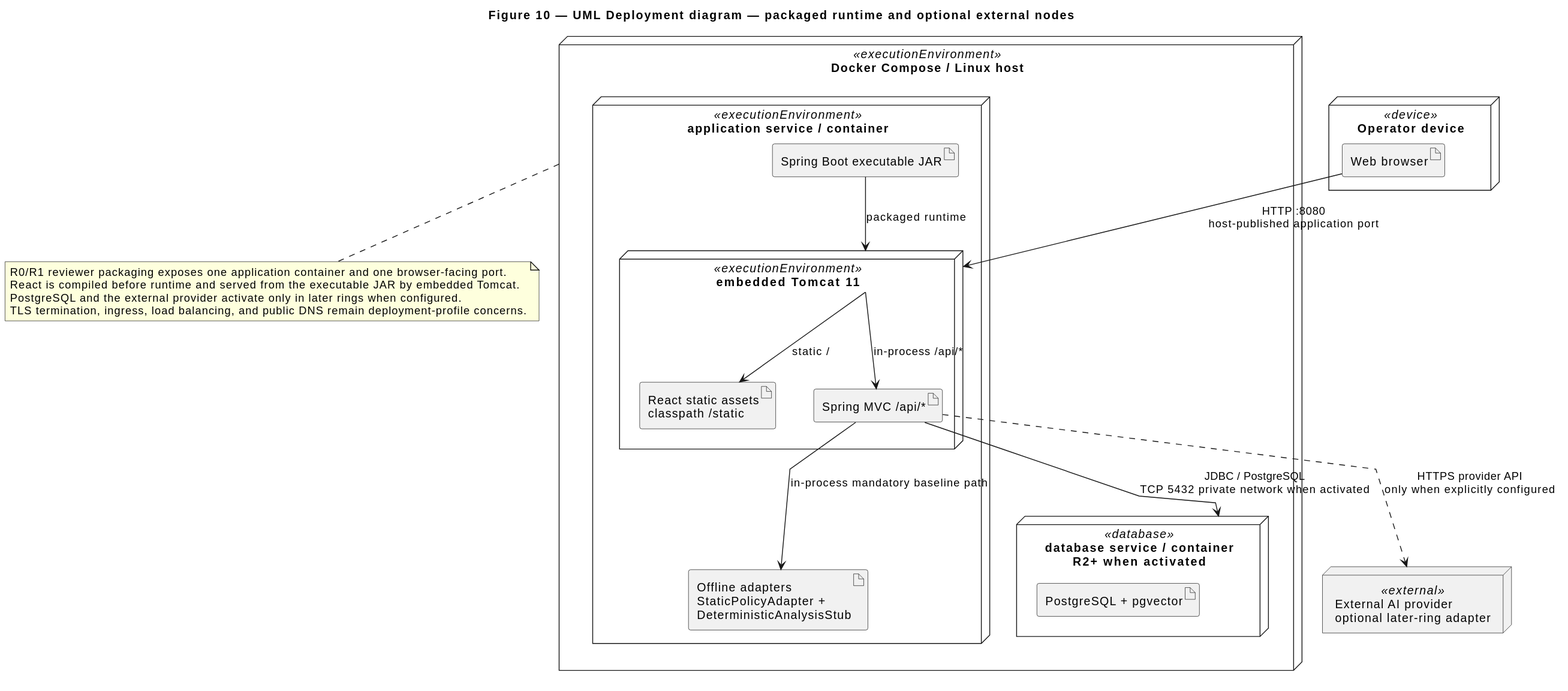
This is docs/assignment/SDD/diagrams/deployment-topology.svg from jdoe-dev-159753/specgraph-reference-app, a PlantUML export, as it was before one commit.
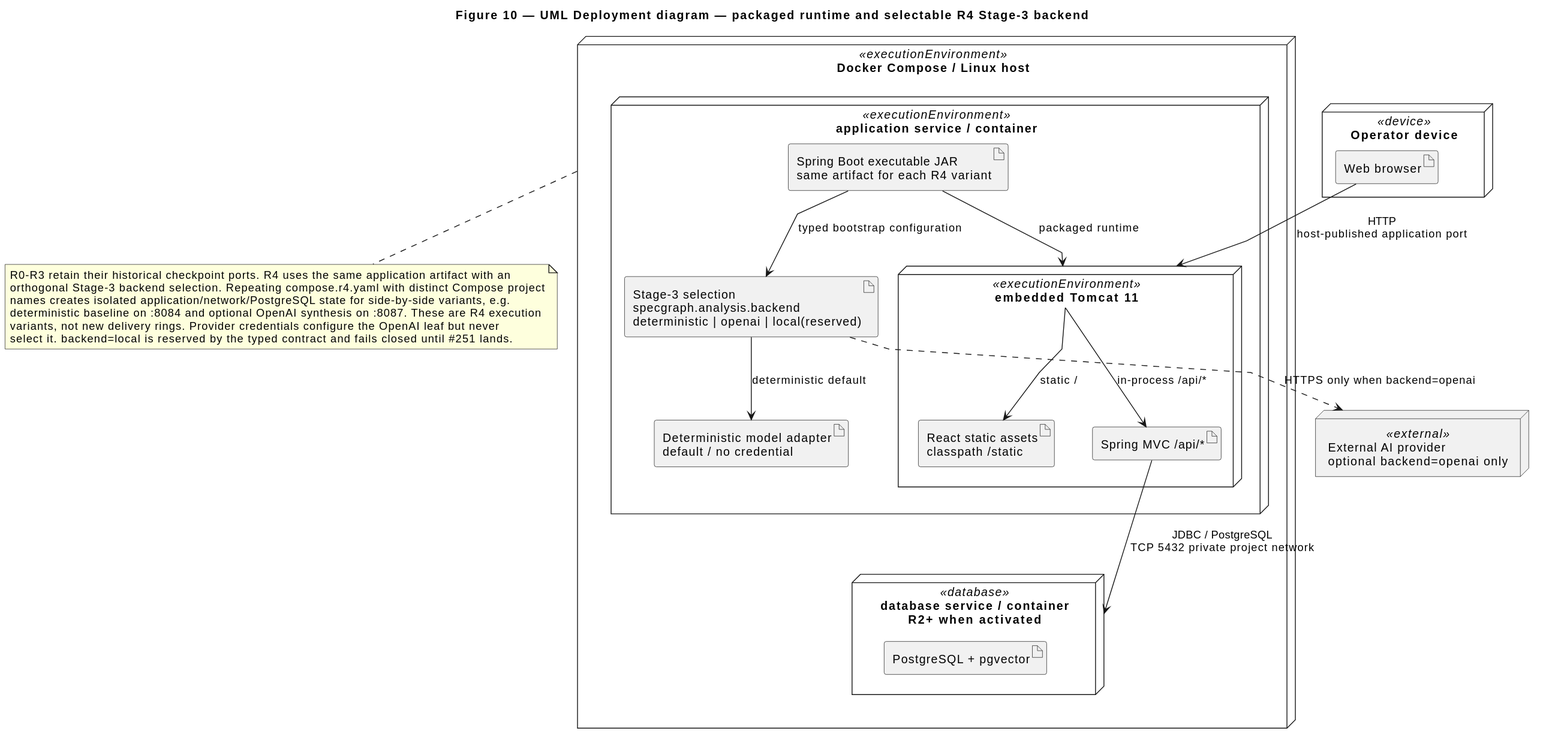
Later version of the same file.

Commit message:
docs: regenerate typed backend diagrams

Diff of the diagram source:
```diff
@@ -1,5 +1,5 @@
 @startuml
-title Figure 10 — UML Deployment diagram — packaged runtime and optional external nodes
+title Figure 10 — UML Deployment diagram — packaged runtime and selectable R4 Stage-3 backend
 top to bottom direction
 skinparam linetype polyline
 skinparam nodesep 45
@@ -15,8 +15,9 @@
       artifact "React static assets\nclasspath /static" as React
       artifact "Spring MVC /api/*" as Api
     }
-    artifact "Spring Boot executable JAR" as Jar
-    artifact "Offline adapters\nStaticPolicyAdapter +\nDeterministicAnalysisStub" as Offline
+    artifact "Spring Boot executable JAR\nsame artifact for each R4 variant" as Jar
+    artifact "Stage-3 selection\nspecgraph.analysis.backend\ndeterministic | openai | local(reserved)" as BackendSelection
+    artifact "Deterministic model adapter\ndefault / no credential" as Offline
   }
 
   node "database service / container\nR2+ when activated" as DB <<database>> {
@@ -24,20 +25,23 @@
   }
 }
 
-node "External AI provider\noptional later-ring adapter" as Provider <<external>>
+node "External AI provider\noptional backend=openai only" as Provider <<external>>
 
-Browser --> Tomcat : HTTP :8080\nhost-published application port
+Browser --> Tomcat : HTTP\nhost-published application port
 Tomcat --> React : static /
 Tomcat --> Api : in-process /api/*
 Jar --> Tomcat : packaged runtime
-Api --> DB : JDBC / PostgreSQL\nTCP 5432 private network when activated
-Api ..> Provider : HTTPS provider API\nonly when explicitly configured
-Api --> Offline : in-process mandatory baseline path
+Api --> DB : JDBC / PostgreSQL\nTCP 5432 private project network
+Jar --> BackendSelection : typed bootstrap configuration
+BackendSelection --> Offline : deterministic default
+BackendSelection ..> Provider : HTTPS only when backend=openai
 
 note bottom of Host
-  R0/R1 reviewer packaging exposes one application container and one browser-facing port.
-  React is compiled before runtime and served from the executable JAR by embedded Tomcat.
-  PostgreSQL and the external provider activate only in later rings when configured.
-  TLS termination, ingress, load balancing, and public DNS remain deployment-profile concerns.
+  R0-R3 retain their historical checkpoint ports. R4 uses the same application artifact with an
+  orthogonal Stage-3 backend selection. Repeating compose.r4.yaml with distinct Compose project
+  names creates isolated application/network/PostgreSQL state for side-by-side variants, e.g.
+  deterministic baseline on :8084 and optional OpenAI synthesis on :8087. These are R4 execution
+  variants, not new delivery rings. Provider credentials configure the OpenAI leaf but never
+  select it. backend=local is reserved by the typed contract and fails closed until #251 lands.
 end note
 @enduml
```
